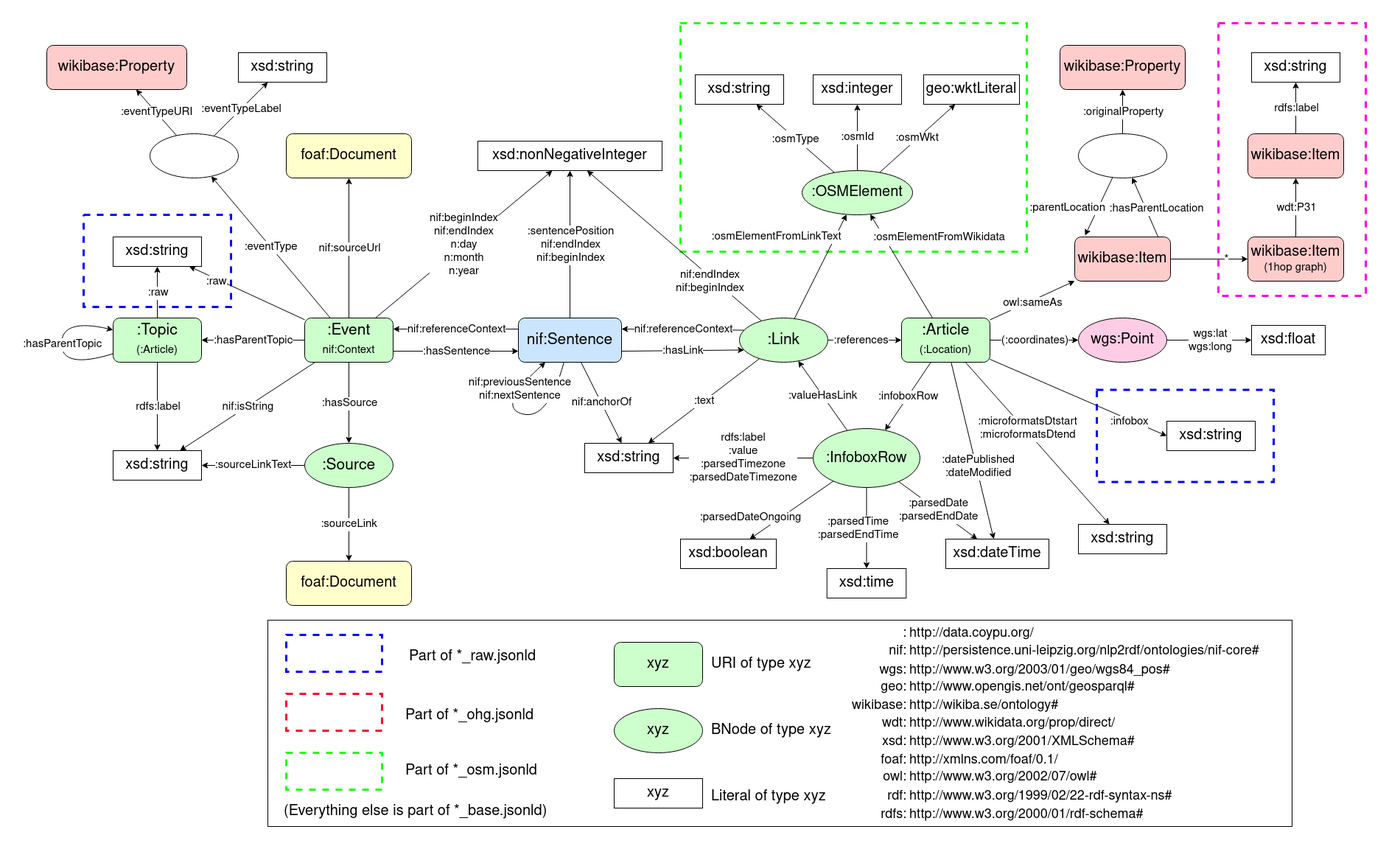
The draw.io diagram Schema.drawio.png in semantic-systems/current-events-to-kg, before a commit. Source tidied: cells renumbered, new cells last; positions are measured from the earlier drawing's top-left corner, leaving out a move shared by most shapes.
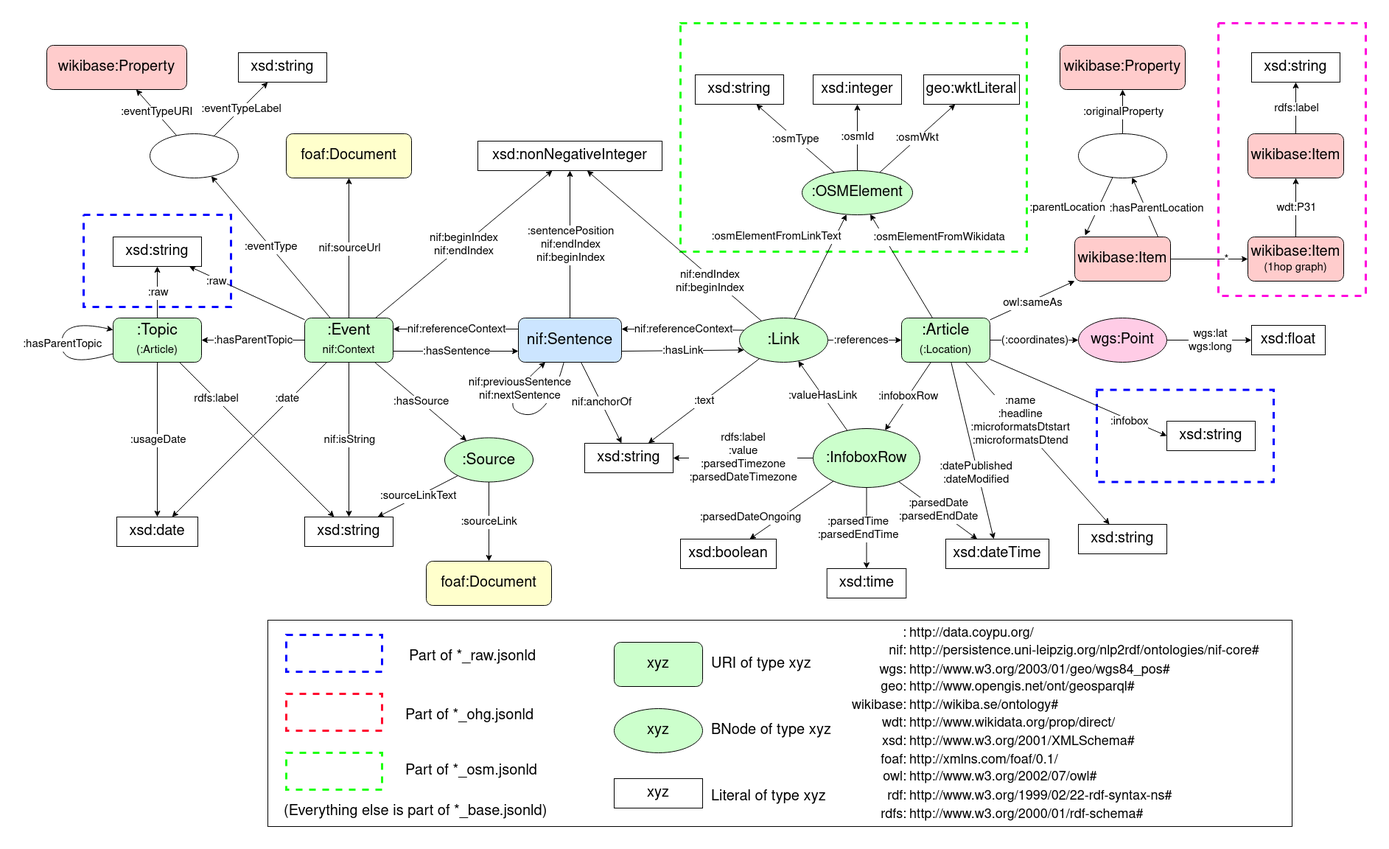
Above is the later version.

Diff of the diagram source:
```diff
@@ -35,6 +35,14 @@
     <mxCell id="12" value="&lt;font style=&quot;font-size: 15px;&quot;&gt;:eventType&lt;/font&gt;" style="edgeLabel;html=1;align=center;verticalAlign=middle;" parent="11" vertex="1">
       <mxGeometry relative="1" as="geometry" />
     </mxCell>
+    <mxCell id="176" style="edgeStyle=none;rounded=0;jumpStyle=arc;jettySize=auto;html=1;fontSize=15;" parent="1" edge="1" source="13" target="180">
+      <mxGeometry relative="1" as="geometry" />
+    </mxCell>
+    <mxCell id="177" value=":date" style="edgeLabel;html=1;align=center;verticalAlign=middle;fontSize=15;" parent="176" vertex="1">
+      <mxGeometry x="0.48" relative="1" as="geometry">
+        <mxPoint x="100" y="-105" as="offset" />
+      </mxGeometry>
+    </mxCell>
     <mxCell id="13" value="&lt;div style=&quot;font-size: 21px;&quot;&gt;:Event&lt;/div&gt;&lt;div style=&quot;font-size: 21px;&quot;&gt;&lt;div style=&quot;font-size: 21px;&quot;&gt;&lt;font style=&quot;font-size: 15px;&quot;&gt;nif:Context&lt;/font&gt;&lt;/div&gt;&lt;/div&gt;" style="rounded=1;whiteSpace=wrap;html=1;labelBackgroundColor=none;fontFamily=Helvetica;fontSize=15;fillColor=#CCFFCC;strokeColor=#000000;gradientColor=none;" parent="1" vertex="1">
       <mxGeometry x="350" y="400" width="120" height="60" as="geometry" />
     </mxCell>
@@ -50,8 +58,16 @@
       <mxGeometry relative="1" as="geometry" />
     </mxCell>
     <mxCell id="17" value="&lt;div&gt;rdfs:label&lt;/div&gt;" style="edgeLabel;html=1;align=center;verticalAlign=middle;fontSize=15;fontFamily=Helvetica;fontColor=default;" parent="16" vertex="1">
-      <mxGeometry relative="1" as="geometry" />
+      <mxGeometry relative="1" as="geometry">
+        <mxPoint x="-55" y="-55" as="offset" />
+      </mxGeometry>
     </mxCell>
+    <mxCell id="178" style="edgeStyle=none;rounded=0;jumpStyle=arc;jettySize=auto;html=1;fontSize=15;" parent="1" edge="1" source="18" target="180">
+      <mxGeometry relative="1" as="geometry" />
+    </mxCell>
+    <mxCell id="179" value=":usageDate" style="edgeLabel;html=1;align=center;verticalAlign=middle;fontSize=15;" parent="178" vertex="1">
+      <mxGeometry relative="1" as="geometry" />
+    </mxCell>
     <mxCell id="18" value="&lt;div style=&quot;font-size: 21px;&quot;&gt;:Topic&lt;/div&gt;&lt;div style=&quot;font-size: 21px;&quot;&gt;&lt;font style=&quot;font-size: 15px;&quot;&gt;(:Article)&lt;/font&gt;&lt;br&gt;&lt;/div&gt;" style="rounded=1;whiteSpace=wrap;html=1;labelBackgroundColor=none;fontFamily=Helvetica;fontSize=15;fontColor=default;fillColor=#CCFFCC;gradientColor=none;" parent="1" vertex="1">
       <mxGeometry x="90" y="400" width="120" height="60" as="geometry" />
     </mxCell>
@@ -90,9 +106,9 @@
     <mxCell id="29" style="edgeStyle=none;rounded=0;jettySize=auto;html=1;fontFamily=Helvetica;fontSize=15;fontColor=default;endArrow=classic;endFill=1;" parent="1" edge="1" source="39" target="82">
       <mxGeometry relative="1" as="geometry" />
     </mxCell>
-    <mxCell id="30" value="&lt;div&gt;&lt;div&gt;:microformatsDtstart&lt;/div&gt;&lt;div&gt;:microformatsDtend&lt;/div&gt;&lt;/div&gt;" style="edgeLabel;html=1;align=center;verticalAlign=middle;fontSize=15;fontFamily=Helvetica;fontColor=default;" parent="29" vertex="1">
+    <mxCell id="30" value="&lt;div&gt;&lt;div&gt;:name&lt;/div&gt;&lt;div&gt;:headline&lt;br&gt;&lt;/div&gt;&lt;div&gt;:microformatsDtstart&lt;/div&gt;&lt;div&gt;:microformatsDtend&lt;/div&gt;&lt;/div&gt;" style="edgeLabel;html=1;align=center;verticalAlign=middle;fontSize=15;fontFamily=Helvetica;fontColor=default;" parent="29" vertex="1">
       <mxGeometry relative="1" as="geometry">
-        <mxPoint x="-14" y="-20" as="offset" />
+        <mxPoint x="-24" y="-30" as="offset" />
       </mxGeometry>
     </mxCell>
     <mxCell id="31" value="&lt;font style=&quot;font-size: 15px;&quot;&gt;:osmElementFromLinkText&lt;/font&gt;" style="rounded=0;jettySize=auto;html=1;" parent="1" edge="1" source="26" target="73">
@@ -113,7 +129,9 @@
       <mxGeometry relative="1" as="geometry" />
     </mxCell>
     <mxCell id="36" value="&lt;div&gt;&lt;font style=&quot;font-size: 15px;&quot;&gt;:datePublished&lt;/font&gt;&lt;/div&gt;&lt;div&gt;&lt;font style=&quot;font-size: 15px;&quot;&gt;:dateModified&lt;br&gt;&lt;/font&gt;&lt;/div&gt;" style="edgeLabel;html=1;align=center;verticalAlign=middle;" parent="35" vertex="1">
-      <mxGeometry x="0.19" y="2" relative="1" as="geometry" />
+      <mxGeometry x="0.19" y="2" relative="1" as="geometry">
+        <mxPoint x="-3" y="9" as="offset" />
+      </mxGeometry>
     </mxCell>
     <mxCell id="37" style="rounded=0;jettySize=auto;html=1;" parent="1" edge="1" source="39" target="92">
       <mxGeometry relative="1" as="geometry" />
@@ -176,7 +194,7 @@
       <mxGeometry relative="1" as="geometry" />
     </mxCell>
     <mxCell id="53" value="&lt;font style=&quot;font-size: 20px;&quot;&gt;xsd:string&lt;/font&gt;" style="rounded=0;whiteSpace=wrap;html=1;labelBackgroundColor=default;fontFamily=Helvetica;fontSize=15;fontColor=default;fillColor=none;gradientColor=none;" parent="1" vertex="1">
-      <mxGeometry x="90" y="580" width="120" height="40" as="geometry" />
+      <mxGeometry x="350" y="670" width="120" height="40" as="geometry" />
     </mxCell>
     <mxCell id="54" value="&lt;font style=&quot;font-size: 20px;&quot;&gt;xsd:float&lt;/font&gt;" style="rounded=0;whiteSpace=wrap;html=1;labelBackgroundColor=default;fontFamily=Helvetica;fontSize=15;fontColor=default;fillColor=none;gradientColor=none;" parent="1" vertex="1">
       <mxGeometry x="1635" y="410" width="100" height="40" as="geometry" />
@@ -193,7 +211,7 @@
     <mxCell id="58" style="edgeStyle=none;rounded=0;jettySize=auto;html=1;fontFamily=Helvetica;fontSize=15;fontColor=default;endArrow=classic;endFill=1;" parent="1" edge="1" source="13" target="62">
       <mxGeometry relative="1" as="geometry" />
     </mxCell>
-    <mxCell id="59" value="&lt;div&gt;nif:beginIndex&lt;/div&gt;&lt;div&gt;nif:endIndex&lt;/div&gt;&lt;div&gt;n:day&lt;/div&gt;&lt;div&gt;n:month&lt;/div&gt;&lt;div&gt;n:year&lt;br&gt;&lt;/div&gt;" style="edgeLabel;html=1;align=center;verticalAlign=middle;fontSize=15;fontFamily=Helvetica;fontColor=default;" parent="58" vertex="1">
+    <mxCell id="59" value="&lt;div&gt;nif:beginIndex&lt;/div&gt;&lt;div&gt;nif:endIndex&lt;/div&gt;" style="edgeLabel;html=1;align=center;verticalAlign=middle;fontSize=15;fontFamily=Helvetica;fontColor=default;" parent="58" vertex="1">
       <mxGeometry relative="1" as="geometry" />
     </mxCell>
     <mxCell id="60" style="edgeStyle=none;rounded=0;jettySize=auto;html=1;fontFamily=Helvetica;fontSize=20;fontColor=default;endArrow=classic;endFill=1;" parent="1" edge="1" source="13" target="63">
@@ -212,7 +230,7 @@
       <mxGeometry relative="1" as="geometry" />
     </mxCell>
     <mxCell id="65" value="&lt;div style=&quot;font-size: 21px;&quot;&gt;:Source&lt;/div&gt;" style="ellipse;whiteSpace=wrap;html=1;labelBackgroundColor=none;fontFamily=Helvetica;fontSize=15;fontColor=default;fillColor=#CCFFCC;gradientColor=none;" parent="1" vertex="1">
-      <mxGeometry x="350" y="570" width="120" height="60" as="geometry" />
+      <mxGeometry x="540" y="562.5" width="120" height="60" as="geometry" />
     </mxCell>
     <mxCell id="66" style="edgeStyle=none;rounded=0;jettySize=auto;html=1;fontFamily=Helvetica;fontSize=15;fontColor=default;endArrow=classic;endFill=1;entryX=1;entryY=0.25;entryDx=0;entryDy=0;exitX=0;exitY=0.25;exitDx=0;exitDy=0;" parent="1" edge="1" source="26" target="50">
       <mxGeometry relative="1" as="geometry" />
@@ -306,7 +324,7 @@
       <mxGeometry x="1040" y="550" width="145" height="80" as="geometry" />
     </mxCell>
     <mxCell id="93" value="&lt;font style=&quot;font-size: 20px;&quot;&gt;foaf:Document&lt;/font&gt;" style="rounded=1;whiteSpace=wrap;html=1;labelBackgroundColor=none;fontFamily=Helvetica;fontSize=15;fontColor=default;fillColor=#FFFFCC;gradientColor=none;" parent="1" vertex="1">
-      <mxGeometry x="325" y="730" width="170" height="60" as="geometry" />
+      <mxGeometry x="515" y="730" width="170" height="60" as="geometry" />
     </mxCell>
     <mxCell id="94" style="edgeStyle=none;rounded=0;jettySize=auto;html=1;entryX=0.108;entryY=-0.033;entryDx=0;entryDy=0;fontSize=15;entryPerimeter=0;" parent="1" edge="1" source="98" target="81">
       <mxGeometry relative="1" as="geometry" />
@@ -560,5 +578,8 @@
     <mxCell id="175" value="wdt:P31" style="edgeLabel;html=1;align=center;verticalAlign=middle;fontSize=15;" parent="174" vertex="1">
       <mxGeometry relative="1" as="geometry" />
     </mxCell>
+    <mxCell id="180" value="&lt;font style=&quot;font-size: 20px;&quot;&gt;xsd:date&lt;/font&gt;" style="rounded=0;whiteSpace=wrap;html=1;labelBackgroundColor=default;fontFamily=Helvetica;fontSize=15;fontColor=default;fillColor=none;gradientColor=none;" parent="1" vertex="1">
+      <mxGeometry x="95" y="670" width="110" height="40" as="geometry" />
+    </mxCell>
   </root>
 </mxGraphModel>
```
